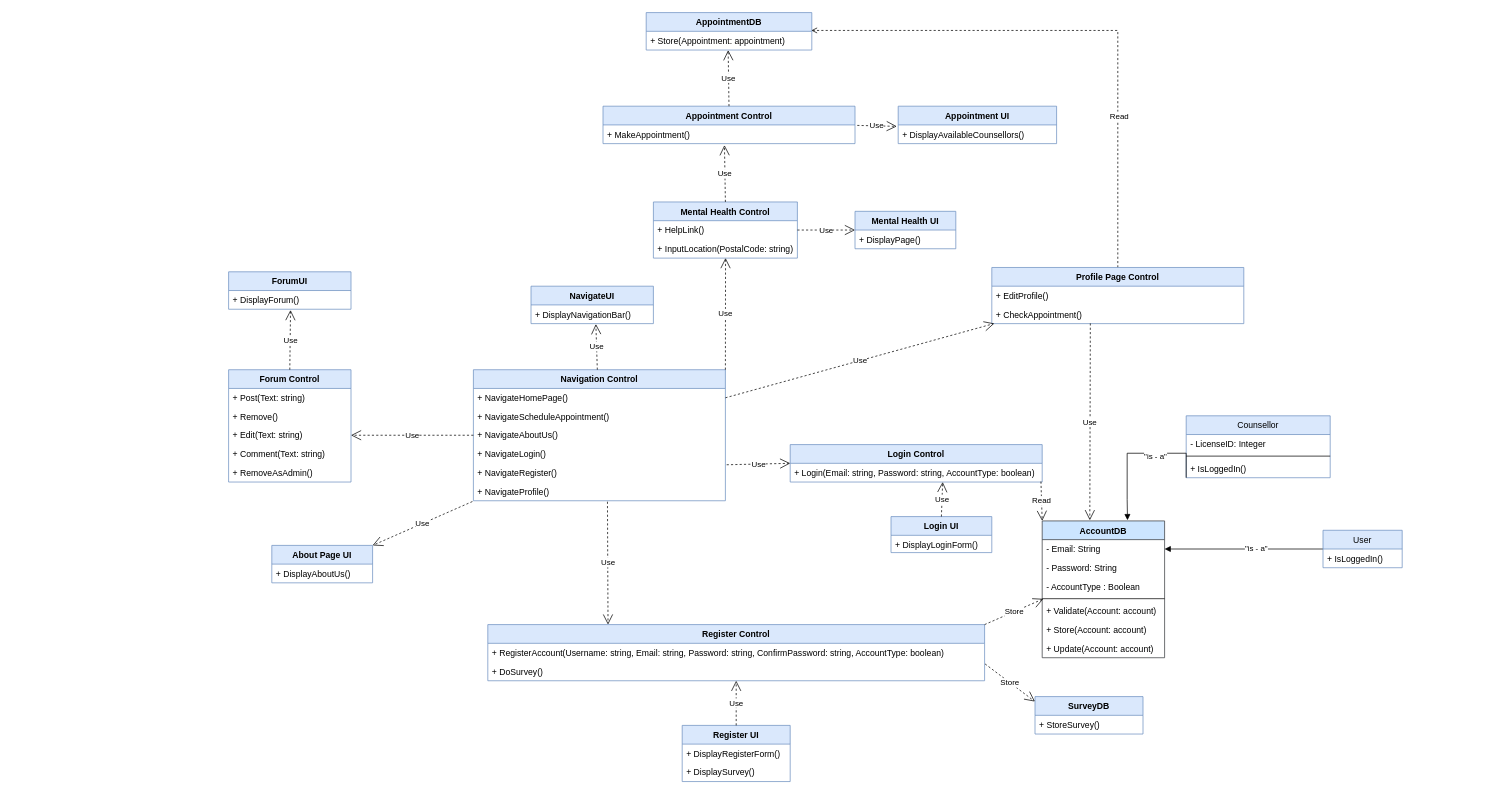
Above: page "Complete Class Diagram" (9 of 10) of Untitled Diagram.drawio in EliezerOng/CZ2006-Web-Devz (draw.io), before the change. Source tidied: cells renumbered, new cells numbered last; positions are measured from the earlier drawing's top-left corner, leaving out a move shared by most shapes. Both pictures are drawn from the tidied source at 72%, with x=0, y=0 at pixel (228, 12).
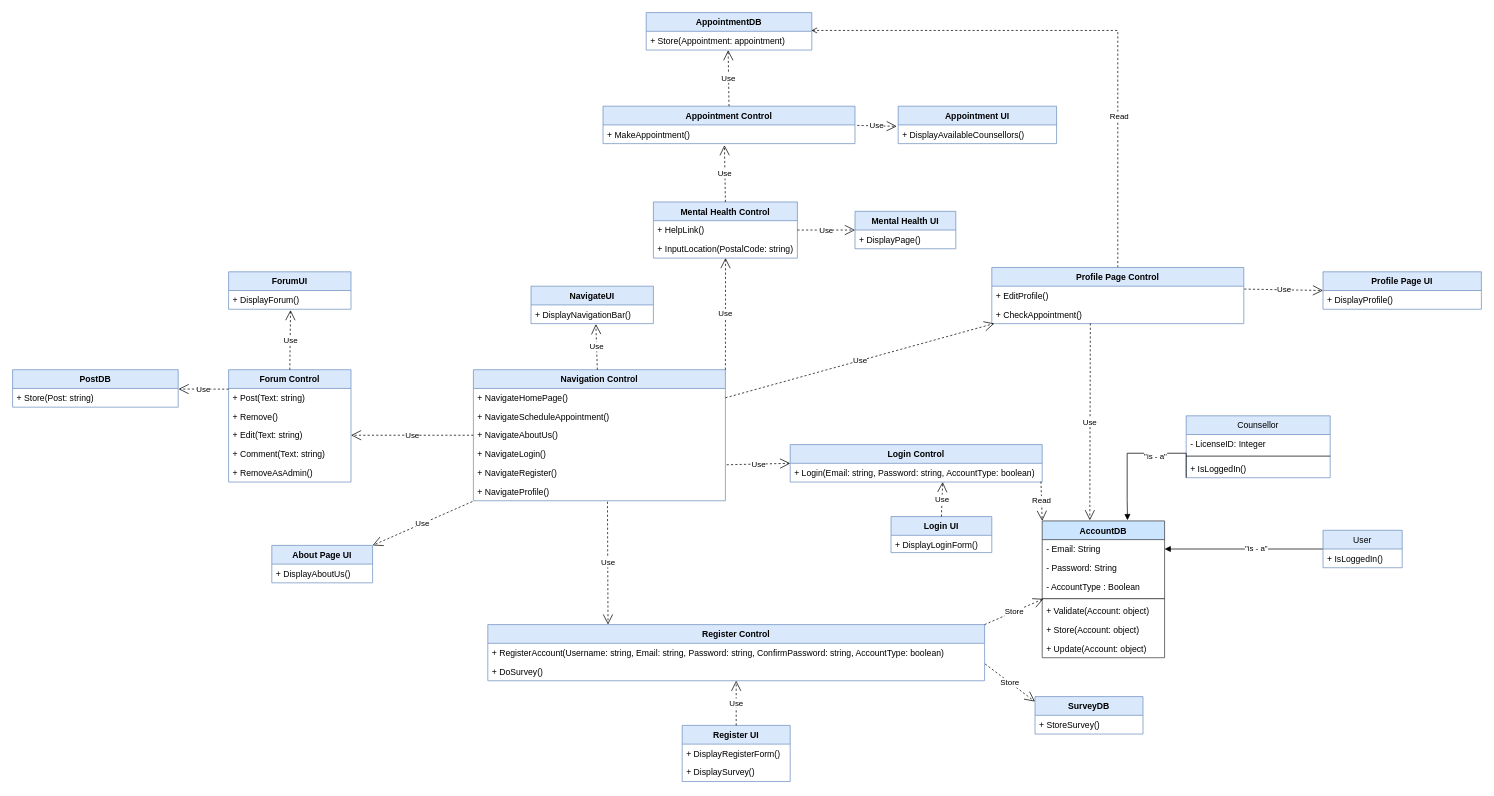
The same page after the edit.

The change refers to these unchanged cells:
```xml
<mxCell id="15" value="AccountDB" style="swimlane;fontStyle=1;align=center;verticalAlign=top;horizontal=1;startSize=26;fillColor=#cce5ff;strokeColor=#36393d;" parent="14" vertex="1">
  <mxGeometry width="170" height="190" as="geometry" />
</mxCell>
<mxCell id="78" value="+ EditProfile()" style="text;strokeColor=none;fillColor=none;align=left;verticalAlign=top;spacingLeft=4;spacingRight=4;overflow=hidden;points=[[0,0.5],[1,0.5]];portConstraint=eastwest;" parent="77" vertex="1">
  <mxGeometry y="26" width="350" height="26" as="geometry" />
</mxCell>
```

The edit, as a diff of the source:
```diff
@@
-    <mxCell id="20" value="+ Validate(Account: account)" style="text;strokeColor=none;fillColor=none;align=left;verticalAlign=top;spacingLeft=4;spacingRight=4;overflow=hidden;points=[[0,0.5],[1,0.5]];portConstraint=eastwest;" parent="15" vertex="1">
+    <mxCell id="20" value="+ Validate(Account: object)" style="text;strokeColor=none;fillColor=none;align=left;verticalAlign=top;spacingLeft=4;spacingRight=4;overflow=hidden;points=[[0,0.5],[1,0.5]];portConstraint=eastwest;" parent="15" vertex="1">
       <mxGeometry y="112" width="170" height="26" as="geometry" />
     </mxCell>
-    <mxCell id="21" value="+ Store(Account: account)" style="text;strokeColor=none;fillColor=none;align=left;verticalAlign=top;spacingLeft=4;spacingRight=4;overflow=hidden;" parent="15" vertex="1">
+    <mxCell id="21" value="+ Store(Account: object)" style="text;strokeColor=none;fillColor=none;align=left;verticalAlign=top;spacingLeft=4;spacingRight=4;overflow=hidden;" parent="15" vertex="1">
       <mxGeometry y="138" width="170" height="26" as="geometry" />
     </mxCell>
-    <mxCell id="22" value="+ Update(Account: account)" style="text;strokeColor=none;fillColor=none;align=left;verticalAlign=top;spacingLeft=4;spacingRight=4;overflow=hidden;" parent="15" vertex="1">
+    <mxCell id="22" value="+ Update(Account: object)" style="text;strokeColor=none;fillColor=none;align=left;verticalAlign=top;spacingLeft=4;spacingRight=4;overflow=hidden;" parent="15" vertex="1">
       <mxGeometry y="164" width="170" height="26" as="geometry" />
     </mxCell>
@@
+    <mxCell id="86" style="group;" parent="1" vertex="1">
+      <mxGeometry x="-300" y="496" width="230" height="120" as="geometry" />
+    </mxCell>
+    <mxCell id="87" value="PostDB" style="swimlane;fontStyle=1;align=center;verticalAlign=top;horizontal=1;startSize=26;fillColor=#dae8fc;strokeColor=#6c8ebf;" parent="86" vertex="1">
+      <mxGeometry width="230" height="52" as="geometry" />
+    </mxCell>
+    <mxCell id="88" value="+ Store(Post: string)" style="text;strokeColor=none;fillColor=none;align=left;verticalAlign=top;spacingLeft=4;spacingRight=4;overflow=hidden;points=[[0,0.5],[1,0.5]];portConstraint=eastwest;" parent="87" vertex="1">
+      <mxGeometry y="26" width="230" height="26" as="geometry" />
+    </mxCell>
+    <mxCell id="89" value="Use" style="endArrow=open;endSize=12;dashed=1;html=1;rounded=0;entryX=1.002;entryY=0.032;entryDx=0;entryDy=0;entryPerimeter=0;" parent="1" edge="1" target="88">
+      <mxGeometry relative="1" as="geometry">
+        <mxPoint y="523" as="sourcePoint" />
+      </mxGeometry>
+    </mxCell>
+    <mxCell id="90" value="Profile Page UI" style="swimlane;fontStyle=1;horizontal=1;startSize=26;fillColor=#dae8fc;strokeColor=#6c8ebf;" parent="1" vertex="1">
+      <mxGeometry x="1520" y="360" width="220" height="52" as="geometry" />
+    </mxCell>
+    <mxCell id="91" value="+ DisplayProfile()" style="text;strokeColor=none;fillColor=none;align=left;verticalAlign=top;spacingLeft=4;spacingRight=4;overflow=hidden;" parent="90" vertex="1">
+      <mxGeometry y="26" width="220" height="26" as="geometry" />
+    </mxCell>
+    <mxCell id="92" value="Use" style="endArrow=open;endSize=12;dashed=1;html=1;rounded=0;exitX=1.002;exitY=0.154;exitDx=0;exitDy=0;entryX=0;entryY=0.5;entryDx=0;entryDy=0;exitPerimeter=0;" parent="1" edge="1" source="78" target="90">
+      <mxGeometry relative="1" as="geometry" />
+    </mxCell>
```
